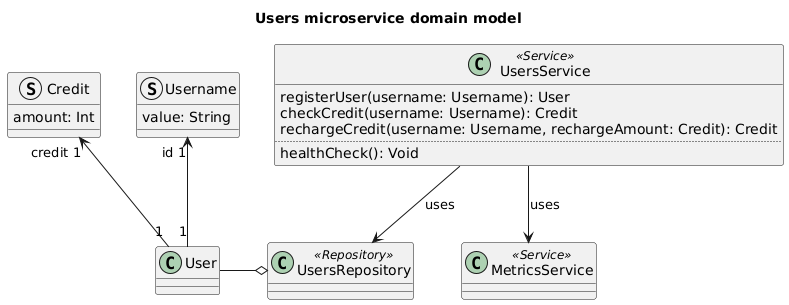
Before: doc/diagrams/users-microservice-domain-model.png, a diagram exported from PlantUML (Ventus218/SAP-assignment-02).
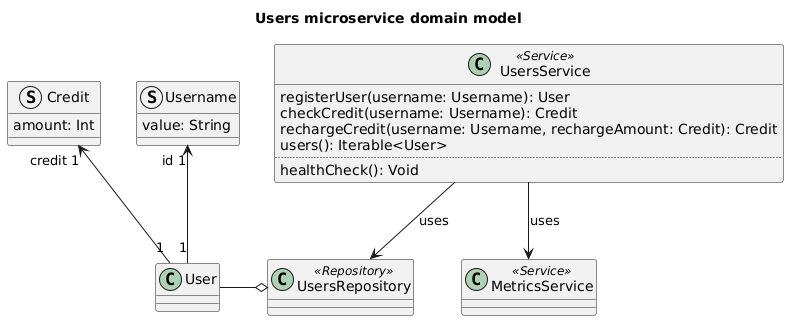
After the commit.

Diff of the diagram source:
```diff
@@ -21,6 +21,7 @@
     registerUser(username: Username): User
     checkCredit(username: Username): Credit
     rechargeCredit(username: Username, rechargeAmount: Credit): Credit
+    users(): Iterable<User>
     ..
     healthCheck(): Void
 }
```
